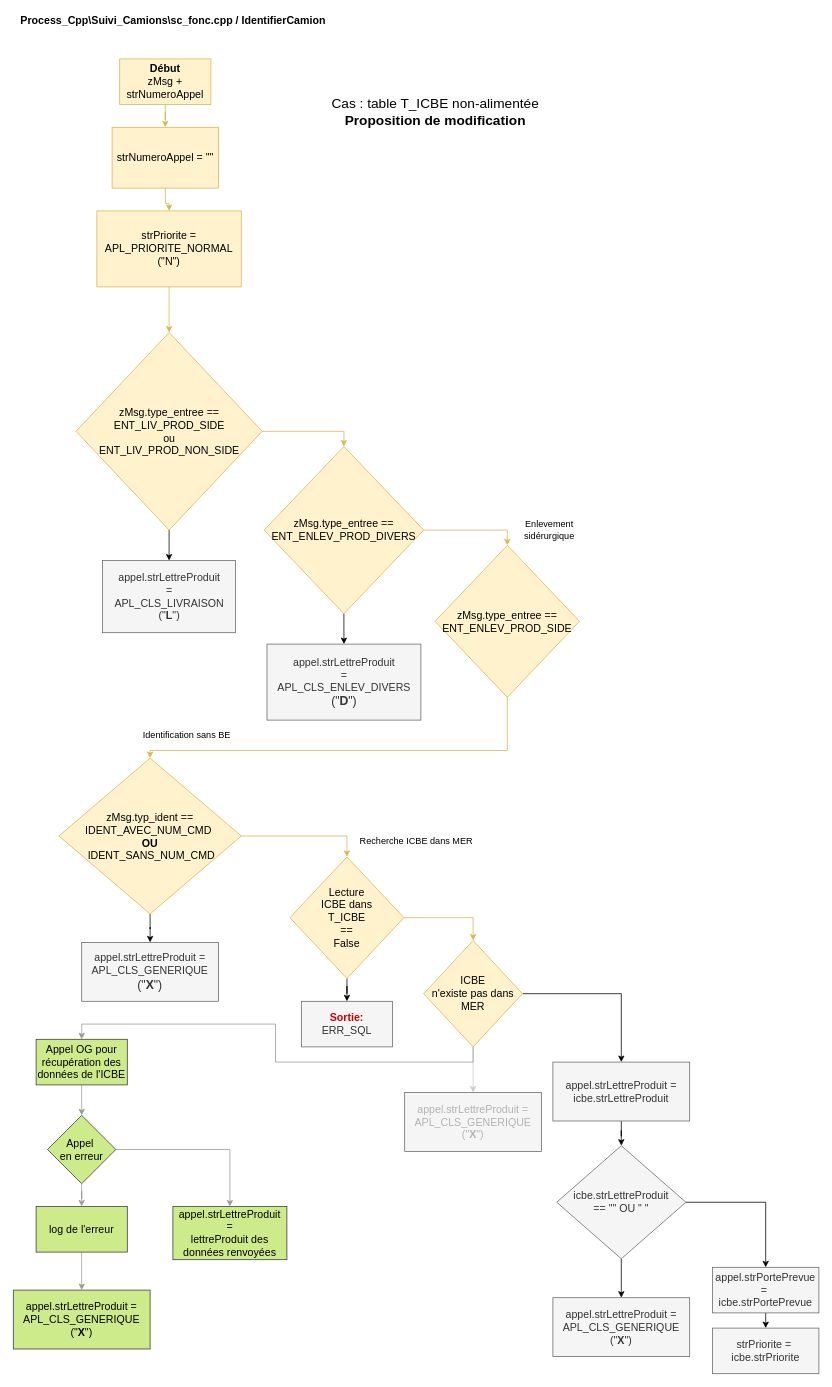
wu1f72514/arcGraphs keeps this draw.io diagram as MER_sc_fonc_identifierCamion_enlev_sider_modifs2.drawio. Above is the earlier version. Source tidied: cells renumbered, new cells numbered last; positions are measured from the earlier drawing's top-left corner, leaving out a move shared by most shapes. Both pictures are drawn from the tidied source at 76%, with x=0, y=0 at pixel (13, 13).
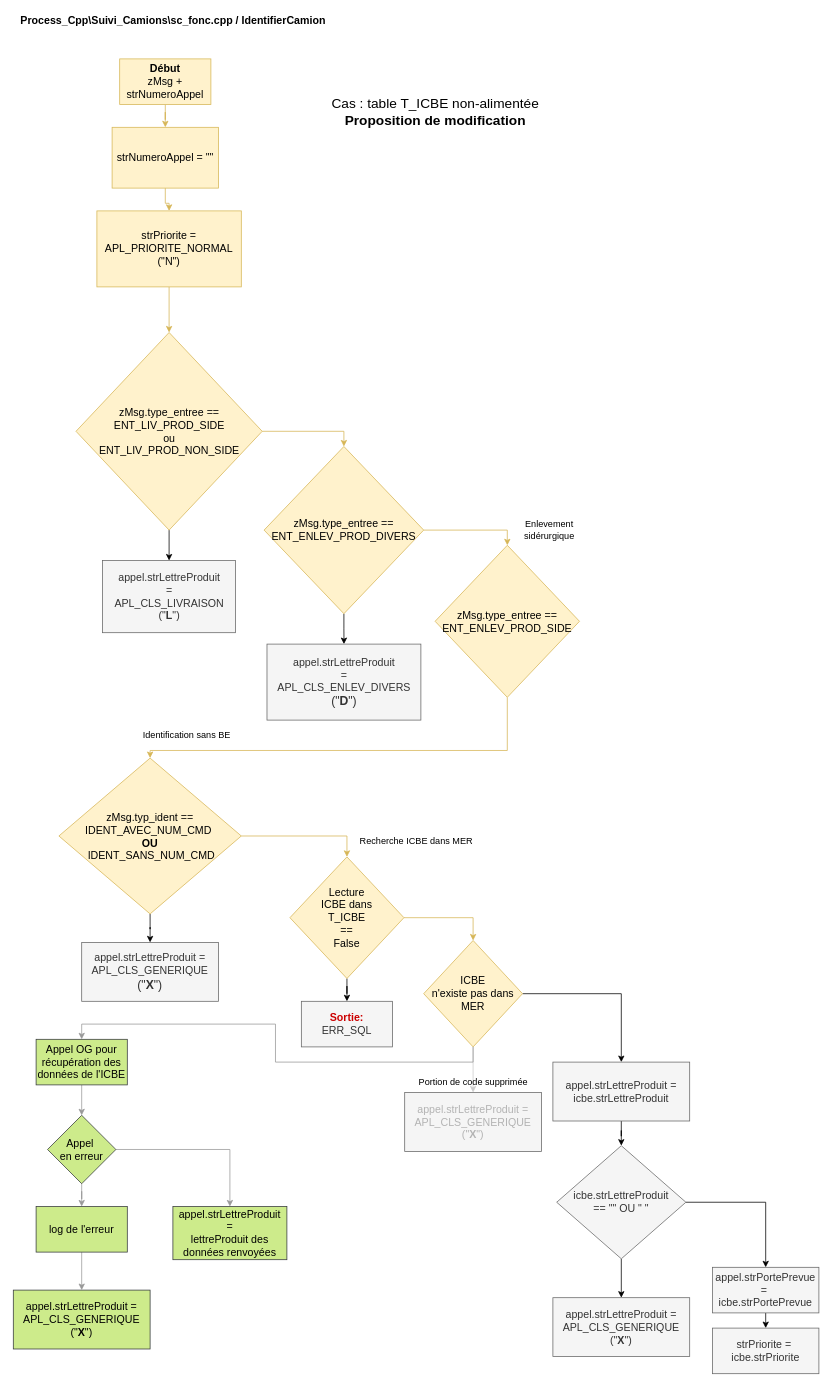
Above is the later version.

Diff of the diagram source:
```diff
@@
+    <mxCell id="54" value="&lt;font color=&quot;#000000&quot;&gt;Portion de code supprimée&lt;/font&gt;" style="text;html=1;align=center;verticalAlign=middle;strokeColor=none;fillColor=none;fontColor=#B3B3B3;" parent="1" vertex="1">
+      <mxGeometry x="525" y="1396" width="160" height="20" as="geometry" />
+    </mxCell>
```
